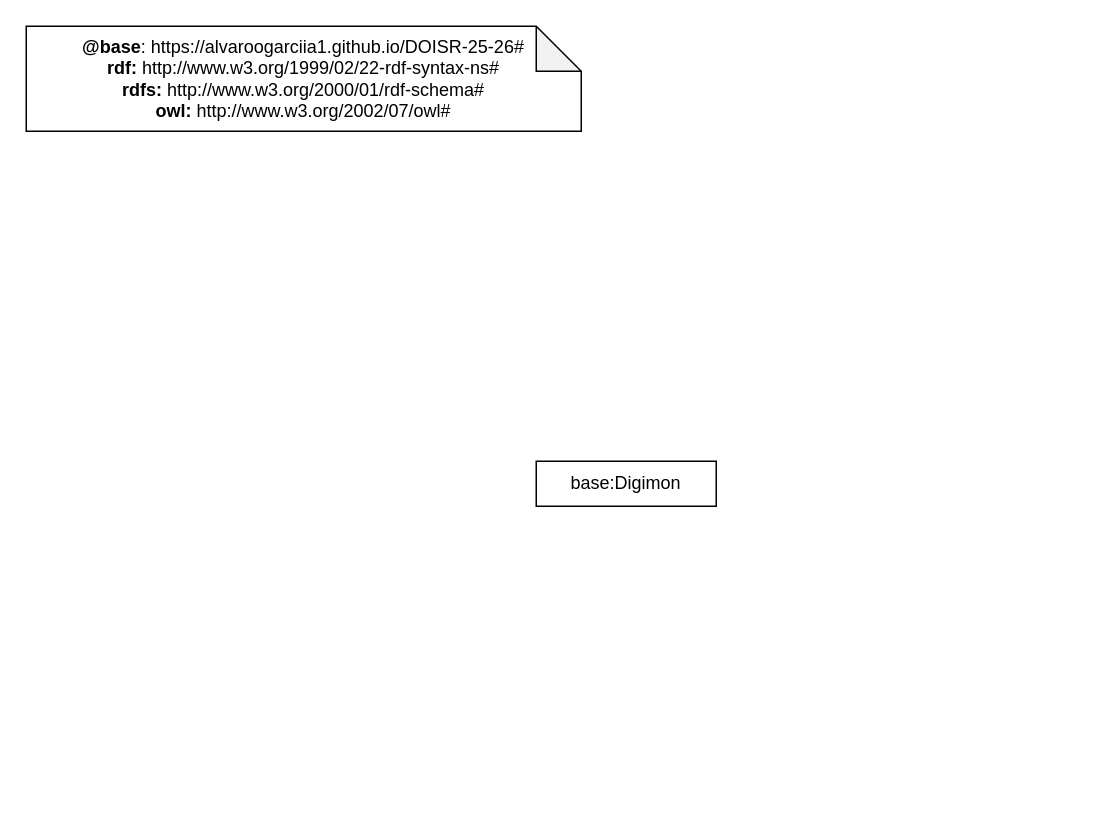
Earlier version of the draw.io diagram conceptualization-digimon-ontology.drawio (alvaroogarciia1/DOISR-25-26). Source tidied: cells renumbered, new cells numbered last; positions are measured from the earlier drawing's top-left corner, leaving out a move shared by most shapes. Both pictures are drawn from the tidied source at 150%, with x=0, y=0 at pixel (26, 26).
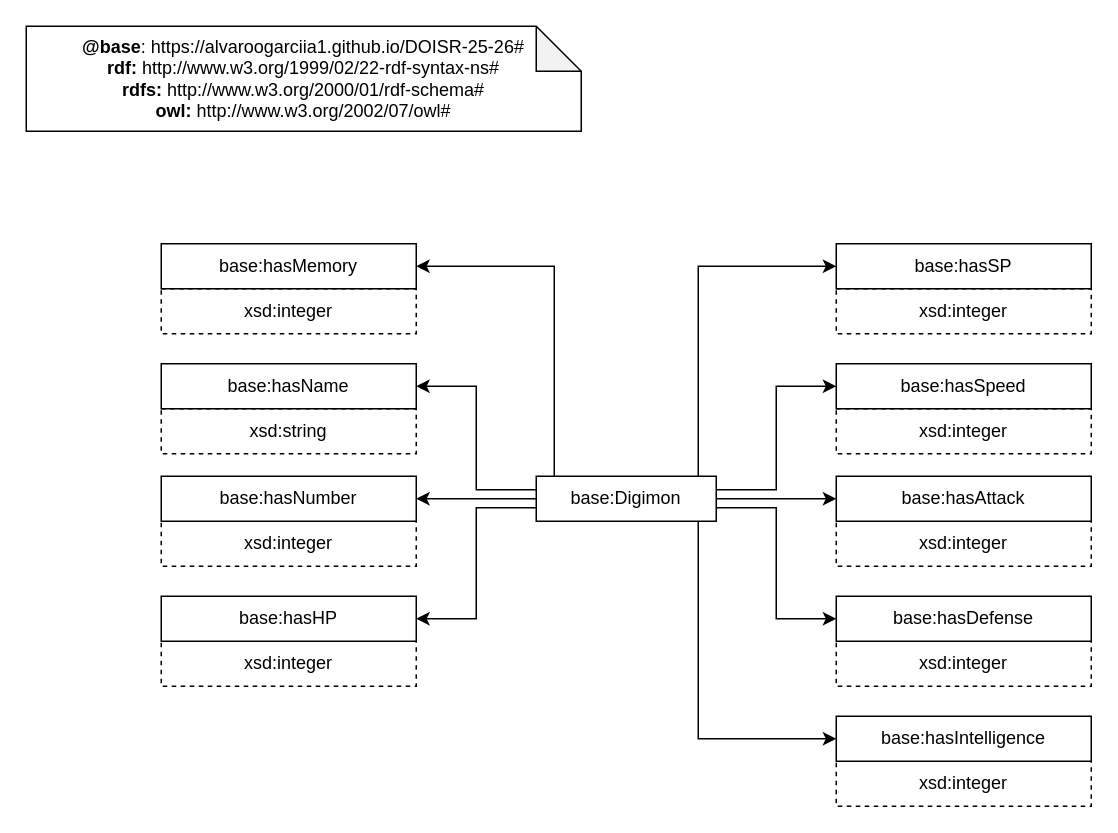
The same page after the edit.

The edit, as a diff of the source:
```diff
@@
+    <mxCell id="4" style="edgeStyle=orthogonalEdgeStyle;rounded=0;jettySize=auto;html=1;exitX=0;exitY=0.3;exitDx=0;exitDy=0;entryX=1;entryY=0.5;entryDx=0;entryDy=0;" parent="1" edge="1" source="3" target="14">
+      <mxGeometry relative="1" as="geometry" />
+    </mxCell>
+    <mxCell id="5" style="edgeStyle=orthogonalEdgeStyle;rounded=0;jettySize=auto;html=1;exitX=0;exitY=0.5;exitDx=0;exitDy=0;entryX=1;entryY=0.5;entryDx=0;entryDy=0;" parent="1" edge="1" source="3" target="22">
+      <mxGeometry relative="1" as="geometry" />
+    </mxCell>
+    <mxCell id="6" style="edgeStyle=orthogonalEdgeStyle;rounded=0;jettySize=auto;html=1;exitX=0;exitY=0.7;exitDx=0;exitDy=0;entryX=1;entryY=0.5;entryDx=0;entryDy=0;" parent="1" edge="1" source="3" target="24">
+      <mxGeometry relative="1" as="geometry" />
+    </mxCell>
+    <mxCell id="7" style="edgeStyle=orthogonalEdgeStyle;rounded=0;jettySize=auto;html=1;exitX=0.1;exitY=0;exitDx=0;exitDy=0;entryX=1;entryY=0.5;entryDx=0;entryDy=0;" parent="1" edge="1" source="3" target="28">
+      <mxGeometry relative="1" as="geometry" />
+    </mxCell>
+    <mxCell id="8" style="edgeStyle=orthogonalEdgeStyle;rounded=0;jettySize=auto;html=1;exitX=0.9;exitY=0;exitDx=0;exitDy=0;entryX=0;entryY=0.5;entryDx=0;entryDy=0;" parent="1" edge="1" source="3" target="26">
+      <mxGeometry relative="1" as="geometry" />
+    </mxCell>
+    <mxCell id="9" style="edgeStyle=orthogonalEdgeStyle;rounded=0;jettySize=auto;html=1;exitX=1;exitY=0.3;exitDx=0;exitDy=0;entryX=0;entryY=0.5;entryDx=0;entryDy=0;" parent="1" edge="1" source="3" target="16">
+      <mxGeometry relative="1" as="geometry" />
+    </mxCell>
+    <mxCell id="10" style="edgeStyle=orthogonalEdgeStyle;rounded=0;jettySize=auto;html=1;exitX=1;exitY=0.5;exitDx=0;exitDy=0;entryX=0;entryY=0.5;entryDx=0;entryDy=0;" parent="1" edge="1" source="3" target="18">
+      <mxGeometry relative="1" as="geometry" />
+    </mxCell>
+    <mxCell id="11" style="edgeStyle=orthogonalEdgeStyle;rounded=0;jettySize=auto;html=1;exitX=1;exitY=0.7;exitDx=0;exitDy=0;entryX=0;entryY=0.5;entryDx=0;entryDy=0;" parent="1" edge="1" source="3" target="20">
+      <mxGeometry relative="1" as="geometry" />
+    </mxCell>
+    <mxCell id="12" style="edgeStyle=orthogonalEdgeStyle;rounded=0;jettySize=auto;html=1;exitX=0.9;exitY=1;exitDx=0;exitDy=0;entryX=0;entryY=0.5;entryDx=0;entryDy=0;" parent="1" edge="1" source="3" target="30">
+      <mxGeometry relative="1" as="geometry" />
+    </mxCell>
     <mxCell id="3" value="base:Digimon" style="rounded=0;whiteSpace=wrap;html=1;snapToPoint=1;points=[[0.1,0],[0.2,0],[0.3,0],[0.4,0],[0.5,0],[0.6,0],[0.7,0],[0.8,0],[0.9,0],[0,0.1],[0,0.3],[0,0.5],[0,0.7],[0,0.9],[0.1,1],[0.2,1],[0.3,1],[0.4,1],[0.5,1],[0.6,1],[0.7,1],[0.8,1],[0.9,1],[1,0.1],[1,0.3],[1,0.5],[1,0.7],[1,0.9]];" parent="1" vertex="1">
-      <mxGeometry x="340" y="290" width="120" height="30" as="geometry" />
+      <mxGeometry x="340" y="300" width="120" height="30" as="geometry" />
     </mxCell>
+    <mxCell id="13" value="xsd:string" style="rounded=0;whiteSpace=wrap;html=1;dashed=1;" parent="1" vertex="1">
+      <mxGeometry x="90" y="255" width="170" height="30" as="geometry" />
+    </mxCell>
+    <mxCell id="14" value="base:hasName" style="rounded=0;whiteSpace=wrap;html=1;snapToPoint=1;points=[[0.1,0],[0.2,0],[0.3,0],[0.4,0],[0.5,0],[0.6,0],[0.7,0],[0.8,0],[0.9,0],[0,0.1],[0,0.3],[0,0.5],[0,0.7],[0,0.9],[0.1,1],[0.2,1],[0.3,1],[0.4,1],[0.5,1],[0.6,1],[0.7,1],[0.8,1],[0.9,1],[1,0.1],[1,0.3],[1,0.5],[1,0.7],[1,0.9]];" parent="1" vertex="1">
+      <mxGeometry x="90" y="225" width="170" height="30" as="geometry" />
+    </mxCell>
+    <mxCell id="15" value="xsd:integer" style="rounded=0;whiteSpace=wrap;html=1;dashed=1;" parent="1" vertex="1">
+      <mxGeometry x="540" y="255" width="170" height="30" as="geometry" />
+    </mxCell>
+    <mxCell id="16" value="base:hasSpeed" style="rounded=0;whiteSpace=wrap;html=1;snapToPoint=1;points=[[0.1,0],[0.2,0],[0.3,0],[0.4,0],[0.5,0],[0.6,0],[0.7,0],[0.8,0],[0.9,0],[0,0.1],[0,0.3],[0,0.5],[0,0.7],[0,0.9],[0.1,1],[0.2,1],[0.3,1],[0.4,1],[0.5,1],[0.6,1],[0.7,1],[0.8,1],[0.9,1],[1,0.1],[1,0.3],[1,0.5],[1,0.7],[1,0.9]];" parent="1" vertex="1">
+      <mxGeometry x="540" y="225" width="170" height="30" as="geometry" />
+    </mxCell>
+    <mxCell id="17" value="xsd:integer" style="rounded=0;whiteSpace=wrap;html=1;dashed=1;" parent="1" vertex="1">
+      <mxGeometry x="540" y="330" width="170" height="30" as="geometry" />
+    </mxCell>
+    <mxCell id="18" value="base:hasAttack" style="rounded=0;whiteSpace=wrap;html=1;snapToPoint=1;points=[[0.1,0],[0.2,0],[0.3,0],[0.4,0],[0.5,0],[0.6,0],[0.7,0],[0.8,0],[0.9,0],[0,0.1],[0,0.3],[0,0.5],[0,0.7],[0,0.9],[0.1,1],[0.2,1],[0.3,1],[0.4,1],[0.5,1],[0.6,1],[0.7,1],[0.8,1],[0.9,1],[1,0.1],[1,0.3],[1,0.5],[1,0.7],[1,0.9]];" parent="1" vertex="1">
+      <mxGeometry x="540" y="300" width="170" height="30" as="geometry" />
+    </mxCell>
+    <mxCell id="19" value="xsd:integer" style="rounded=0;whiteSpace=wrap;html=1;dashed=1;" parent="1" vertex="1">
+      <mxGeometry x="540" y="410" width="170" height="30" as="geometry" />
+    </mxCell>
+    <mxCell id="20" value="base:hasDefense" style="rounded=0;whiteSpace=wrap;html=1;snapToPoint=1;points=[[0.1,0],[0.2,0],[0.3,0],[0.4,0],[0.5,0],[0.6,0],[0.7,0],[0.8,0],[0.9,0],[0,0.1],[0,0.3],[0,0.5],[0,0.7],[0,0.9],[0.1,1],[0.2,1],[0.3,1],[0.4,1],[0.5,1],[0.6,1],[0.7,1],[0.8,1],[0.9,1],[1,0.1],[1,0.3],[1,0.5],[1,0.7],[1,0.9]];" parent="1" vertex="1">
+      <mxGeometry x="540" y="380" width="170" height="30" as="geometry" />
+    </mxCell>
+    <mxCell id="21" value="xsd:integer" style="rounded=0;whiteSpace=wrap;html=1;dashed=1;" parent="1" vertex="1">
+      <mxGeometry x="90" y="330" width="170" height="30" as="geometry" />
+    </mxCell>
+    <mxCell id="22" value="base:hasNumber" style="rounded=0;whiteSpace=wrap;html=1;snapToPoint=1;points=[[0.1,0],[0.2,0],[0.3,0],[0.4,0],[0.5,0],[0.6,0],[0.7,0],[0.8,0],[0.9,0],[0,0.1],[0,0.3],[0,0.5],[0,0.7],[0,0.9],[0.1,1],[0.2,1],[0.3,1],[0.4,1],[0.5,1],[0.6,1],[0.7,1],[0.8,1],[0.9,1],[1,0.1],[1,0.3],[1,0.5],[1,0.7],[1,0.9]];" parent="1" vertex="1">
+      <mxGeometry x="90" y="300" width="170" height="30" as="geometry" />
+    </mxCell>
+    <mxCell id="23" value="xsd:integer" style="rounded=0;whiteSpace=wrap;html=1;dashed=1;" parent="1" vertex="1">
+      <mxGeometry x="90" y="410" width="170" height="30" as="geometry" />
+    </mxCell>
+    <mxCell id="24" value="base:hasHP" style="rounded=0;whiteSpace=wrap;html=1;snapToPoint=1;points=[[0.1,0],[0.2,0],[0.3,0],[0.4,0],[0.5,0],[0.6,0],[0.7,0],[0.8,0],[0.9,0],[0,0.1],[0,0.3],[0,0.5],[0,0.7],[0,0.9],[0.1,1],[0.2,1],[0.3,1],[0.4,1],[0.5,1],[0.6,1],[0.7,1],[0.8,1],[0.9,1],[1,0.1],[1,0.3],[1,0.5],[1,0.7],[1,0.9]];" parent="1" vertex="1">
+      <mxGeometry x="90" y="380" width="170" height="30" as="geometry" />
+    </mxCell>
+    <mxCell id="25" value="xsd:integer" style="rounded=0;whiteSpace=wrap;html=1;dashed=1;" parent="1" vertex="1">
+      <mxGeometry x="540" y="175" width="170" height="30" as="geometry" />
+    </mxCell>
+    <mxCell id="26" value="base:hasSP" style="rounded=0;whiteSpace=wrap;html=1;snapToPoint=1;points=[[0.1,0],[0.2,0],[0.3,0],[0.4,0],[0.5,0],[0.6,0],[0.7,0],[0.8,0],[0.9,0],[0,0.1],[0,0.3],[0,0.5],[0,0.7],[0,0.9],[0.1,1],[0.2,1],[0.3,1],[0.4,1],[0.5,1],[0.6,1],[0.7,1],[0.8,1],[0.9,1],[1,0.1],[1,0.3],[1,0.5],[1,0.7],[1,0.9]];" parent="1" vertex="1">
+      <mxGeometry x="540" y="145" width="170" height="30" as="geometry" />
+    </mxCell>
+    <mxCell id="27" value="xsd:integer" style="rounded=0;whiteSpace=wrap;html=1;dashed=1;" parent="1" vertex="1">
+      <mxGeometry x="90" y="175" width="170" height="30" as="geometry" />
+    </mxCell>
+    <mxCell id="28" value="base:hasMemory" style="rounded=0;whiteSpace=wrap;html=1;snapToPoint=1;points=[[0.1,0],[0.2,0],[0.3,0],[0.4,0],[0.5,0],[0.6,0],[0.7,0],[0.8,0],[0.9,0],[0,0.1],[0,0.3],[0,0.5],[0,0.7],[0,0.9],[0.1,1],[0.2,1],[0.3,1],[0.4,1],[0.5,1],[0.6,1],[0.7,1],[0.8,1],[0.9,1],[1,0.1],[1,0.3],[1,0.5],[1,0.7],[1,0.9]];" parent="1" vertex="1">
+      <mxGeometry x="90" y="145" width="170" height="30" as="geometry" />
+    </mxCell>
+    <mxCell id="29" value="xsd:integer" style="rounded=0;whiteSpace=wrap;html=1;dashed=1;" parent="1" vertex="1">
+      <mxGeometry x="540" y="490" width="170" height="30" as="geometry" />
+    </mxCell>
+    <mxCell id="30" value="base:hasIntelligence" style="rounded=0;whiteSpace=wrap;html=1;snapToPoint=1;points=[[0.1,0],[0.2,0],[0.3,0],[0.4,0],[0.5,0],[0.6,0],[0.7,0],[0.8,0],[0.9,0],[0,0.1],[0,0.3],[0,0.5],[0,0.7],[0,0.9],[0.1,1],[0.2,1],[0.3,1],[0.4,1],[0.5,1],[0.6,1],[0.7,1],[0.8,1],[0.9,1],[1,0.1],[1,0.3],[1,0.5],[1,0.7],[1,0.9]];" parent="1" vertex="1">
+      <mxGeometry x="540" y="460" width="170" height="30" as="geometry" />
+    </mxCell>
```
